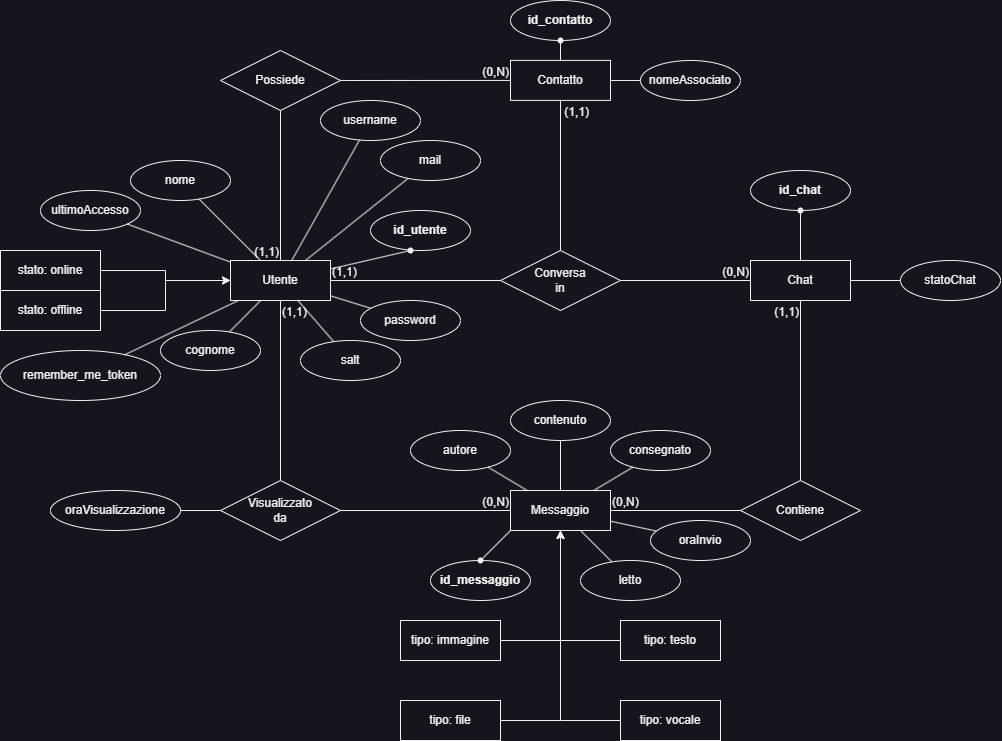
Earlier version of the draw.io export Readme/ERChatApp.png (FanteyOfficial/ProgettoQuintaInformatica). Source tidied: cells renumbered, new cells last; positions are measured from the earlier drawing's top-left corner, leaving out a move shared by most shapes.
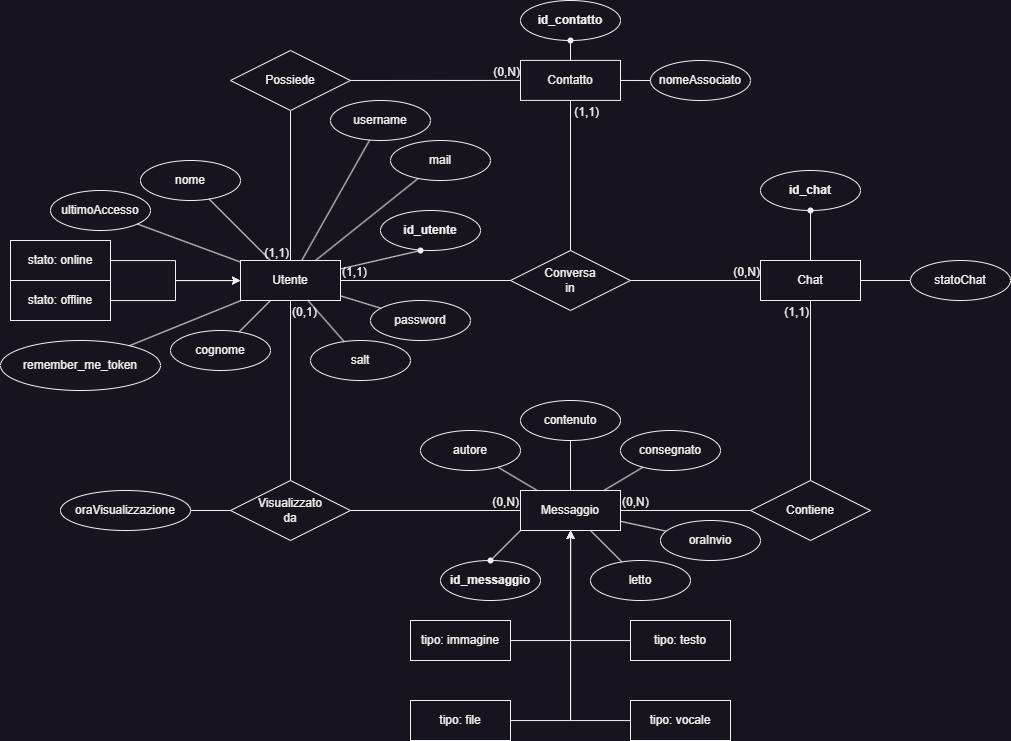
Above is the later version.

The edit, as a diff of the source:
```diff
@@ -29,7 +29,7 @@
     <mxCell id="10" style="endArrow=none;html=1;rounded=0;exitX=0.5;exitY=1;exitDx=0;exitDy=0;entryX=0.5;entryY=0;entryDx=0;entryDy=0;" parent="1" edge="1" source="2" target="5">
       <mxGeometry relative="1" as="geometry" />
     </mxCell>
-    <mxCell id="11" value="(1,1)" style="html=1;whiteSpace=wrap;align=left;verticalAlign=bottom;" parent="10" vertex="1">
+    <mxCell id="11" value="(0,1)" style="html=1;whiteSpace=wrap;align=left;verticalAlign=bottom;" parent="10" vertex="1">
       <mxGeometry x="-1" relative="1" as="geometry">
         <mxPoint y="20" as="offset" />
       </mxGeometry>
@@ -197,13 +197,13 @@
       <mxGeometry relative="1" as="geometry" />
     </mxCell>
     <mxCell id="64" value="stato: online" style="whiteSpace=wrap;html=1;align=center;" parent="1" vertex="1">
-      <mxGeometry y="250" width="100" height="40" as="geometry" />
+      <mxGeometry y="240" width="100" height="40" as="geometry" />
     </mxCell>
     <mxCell id="65" style="edgeStyle=orthogonalEdgeStyle;rounded=0;jettySize=auto;html=1;" parent="1" edge="1" source="66" target="2">
       <mxGeometry relative="1" as="geometry" />
     </mxCell>
     <mxCell id="66" value="stato: offline" style="whiteSpace=wrap;html=1;align=center;" parent="1" vertex="1">
-      <mxGeometry y="290" width="100" height="40" as="geometry" />
+      <mxGeometry y="280" width="100" height="40" as="geometry" />
     </mxCell>
     <mxCell id="67" value="password" style="ellipse;whiteSpace=wrap;html=1;align=center;" parent="1" vertex="1">
       <mxGeometry x="360" y="300" width="100" height="40" as="geometry" />
@@ -212,7 +212,7 @@
       <mxGeometry x="300" y="340" width="100" height="40" as="geometry" />
     </mxCell>
     <mxCell id="69" value="remember_me_token" style="ellipse;whiteSpace=wrap;html=1;align=center;" parent="1" vertex="1">
-      <mxGeometry y="350" width="160" height="50" as="geometry" />
+      <mxGeometry x="-10" y="340" width="160" height="50" as="geometry" />
     </mxCell>
     <mxCell id="70" style="endArrow=none;html=1;rounded=0;" parent="1" edge="1" source="69" target="2">
       <mxGeometry relative="1" as="geometry" />
```
